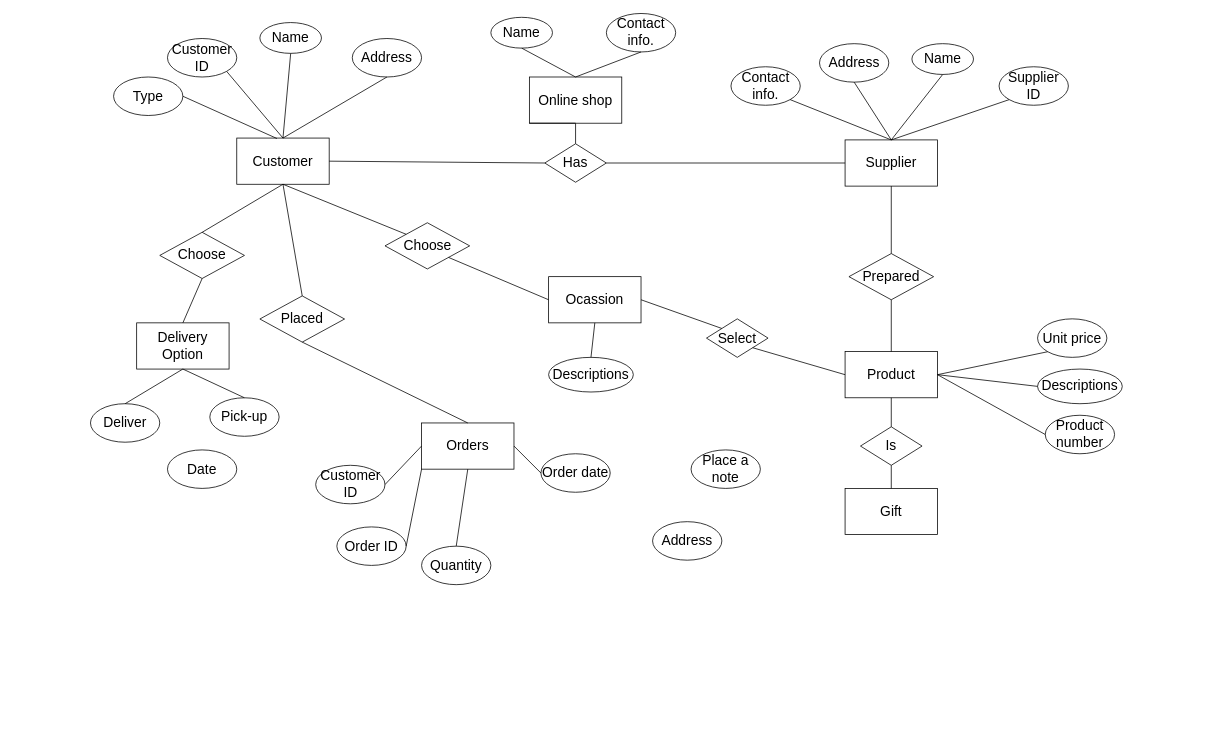
Before: Untitled Diagram.drawio in PeiJunHuang1/Practice, a draw.io diagram. Source tidied: cells renumbered, new cells numbered last; positions are measured from the earlier drawing's top-left corner, leaving out a move shared by most shapes. Both pictures are drawn from the tidied source at 77%, with x=0, y=0 at pixel (90, 13).
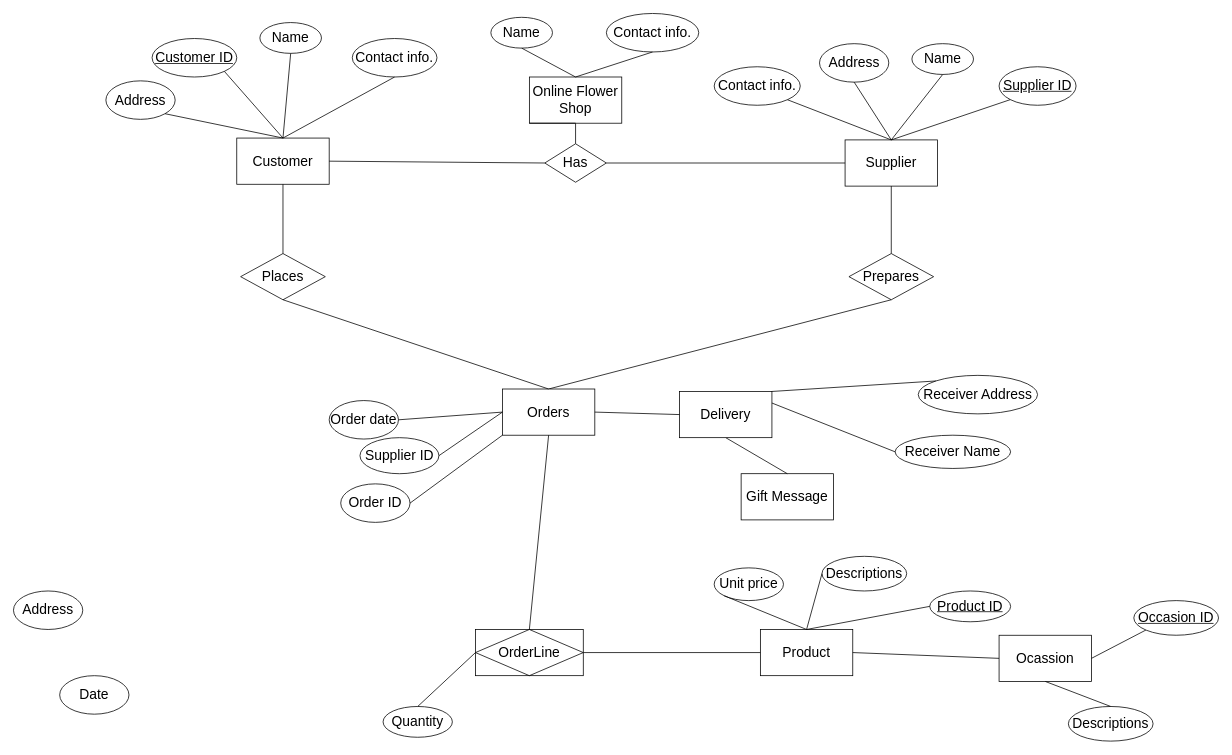
After the change.

The change refers to these unchanged cells:
```xml
<mxCell id="2" value="&lt;span style=&quot;font-size: 18px&quot;&gt;Customer&lt;/span&gt;" style="rounded=0;whiteSpace=wrap;html=1;" parent="1" vertex="1">
  <mxGeometry x="190" y="161.8" width="120" height="60" as="geometry" />
</mxCell>
```

The edit, as a diff of the source:
```diff
@@
-    <mxCell id="3" value="&lt;span style=&quot;font-size: 18px&quot;&gt;Supplier ID&lt;/span&gt;" style="ellipse;whiteSpace=wrap;html=1;" parent="1" vertex="1">
-      <mxGeometry x="1180" y="69.2" width="90" height="50" as="geometry" />
+    <mxCell id="3" value="&lt;span style=&quot;font-size: 18px&quot;&gt;&lt;u&gt;Supplier ID&lt;/u&gt;&lt;/span&gt;" style="ellipse;whiteSpace=wrap;html=1;" parent="1" vertex="1">
+      <mxGeometry x="1180" y="69.2" width="100" height="50" as="geometry" />
     </mxCell>
     <mxCell id="4" value="&lt;font style=&quot;font-size: 18px&quot;&gt;Address&lt;/font&gt;" style="ellipse;whiteSpace=wrap;html=1;" parent="1" vertex="1">
-      <mxGeometry x="730" y="660" width="90" height="50" as="geometry" />
+      <mxGeometry x="-100" y="750" width="90" height="50" as="geometry" />
     </mxCell>
-    <mxCell id="5" value="&lt;font style=&quot;font-size: 18px&quot;&gt;Place a note&lt;br&gt;&lt;/font&gt;" style="ellipse;whiteSpace=wrap;html=1;" parent="1" vertex="1">
-      <mxGeometry x="780" y="566.8" width="90" height="50" as="geometry" />
-    </mxCell>
-    <mxCell id="6" value="&lt;font style=&quot;font-size: 18px&quot;&gt;Pick-up&lt;/font&gt;" style="ellipse;whiteSpace=wrap;html=1;" parent="1" vertex="1">
-      <mxGeometry x="155" y="499.1" width="90" height="50" as="geometry" />
+    <mxCell id="6" value="&lt;span style=&quot;font-size: 18px&quot;&gt;Receiver Address&lt;/span&gt;" style="ellipse;whiteSpace=wrap;html=1;" parent="1" vertex="1">
+      <mxGeometry x="1075" y="470" width="155" height="50" as="geometry" />
     </mxCell>
     <mxCell id="7" value="&lt;font style=&quot;font-size: 18px&quot;&gt;Date&lt;br&gt;&lt;/font&gt;" style="ellipse;whiteSpace=wrap;html=1;" parent="1" vertex="1">
-      <mxGeometry x="100" y="566.8" width="90" height="50" as="geometry" />
+      <mxGeometry x="-40" y="860" width="90" height="50" as="geometry" />
     </mxCell>
-    <mxCell id="8" value="&lt;font style=&quot;font-size: 18px&quot;&gt;Deliver&lt;/font&gt;" style="ellipse;whiteSpace=wrap;html=1;" parent="1" vertex="1">
-      <mxGeometry y="506.8" width="90" height="50" as="geometry" />
+    <mxCell id="8" value="&lt;font style=&quot;font-size: 18px&quot;&gt;Receiver Name&lt;/font&gt;" style="ellipse;whiteSpace=wrap;html=1;" parent="1" vertex="1">
+      <mxGeometry x="1045" y="547.7" width="150" height="43.2" as="geometry" />
     </mxCell>
     <mxCell id="9" value="&lt;font style=&quot;font-size: 18px&quot;&gt;Descriptions&lt;/font&gt;" style="ellipse;whiteSpace=wrap;html=1;" parent="1" vertex="1">
-      <mxGeometry x="1230" y="461.8" width="110" height="45" as="geometry" />
+      <mxGeometry x="950" y="705" width="110" height="45" as="geometry" />
     </mxCell>
     <mxCell id="10" value="&lt;span style=&quot;font-size: 18px&quot;&gt;Unit price&lt;br&gt;&lt;/span&gt;" style="ellipse;whiteSpace=wrap;html=1;" parent="1" vertex="1">
-      <mxGeometry x="1230" y="396.6" width="90" height="50" as="geometry" />
+      <mxGeometry x="810" y="720" width="90" height="42.5" as="geometry" />
     </mxCell>
-    <mxCell id="11" value="&lt;font style=&quot;font-size: 18px&quot;&gt;Type&lt;/font&gt;" style="ellipse;whiteSpace=wrap;html=1;" parent="1" vertex="1">
-      <mxGeometry x="30" y="82.5" width="90" height="50" as="geometry" />
-    </mxCell>
     <mxCell id="12" value="&lt;font style=&quot;font-size: 18px&quot;&gt;Order ID&lt;br&gt;&lt;/font&gt;" style="ellipse;whiteSpace=wrap;html=1;" parent="1" vertex="1">
-      <mxGeometry x="320" y="666.8" width="90" height="50" as="geometry" />
+      <mxGeometry x="325" y="610.9" width="90" height="50" as="geometry" />
     </mxCell>
     <mxCell id="13" value="&lt;font style=&quot;font-size: 18px&quot;&gt;Order date&lt;br&gt;&lt;/font&gt;" style="ellipse;whiteSpace=wrap;html=1;" parent="1" vertex="1">
-      <mxGeometry x="585" y="571.8" width="90" height="50" as="geometry" />
+      <mxGeometry x="310" y="502.7" width="90" height="50" as="geometry" />
     </mxCell>
     <mxCell id="14" value="&lt;span style=&quot;font-size: 18px&quot;&gt;Quantity&lt;br&gt;&lt;/span&gt;" style="ellipse;whiteSpace=wrap;html=1;" parent="1" vertex="1">
-      <mxGeometry x="430" y="691.8" width="90" height="50" as="geometry" />
+      <mxGeometry x="380" y="900" width="90" height="40" as="geometry" />
     </mxCell>
@@
-    <mxCell id="16" value="&lt;font style=&quot;font-size: 18px&quot;&gt;Customer ID&lt;/font&gt;" style="ellipse;whiteSpace=wrap;html=1;" parent="1" vertex="1">
-      <mxGeometry x="100" y="32.5" width="90" height="50" as="geometry" />
+    <mxCell id="16" value="&lt;font style=&quot;font-size: 18px&quot;&gt;&lt;u&gt;Customer ID&lt;/u&gt;&lt;/font&gt;" style="ellipse;whiteSpace=wrap;html=1;" parent="1" vertex="1">
+      <mxGeometry x="80" y="32.5" width="110" height="50" as="geometry" />
     </mxCell>
-    <mxCell id="17" value="&lt;font style=&quot;font-size: 18px&quot;&gt;Product number&lt;/font&gt;" style="ellipse;whiteSpace=wrap;html=1;" parent="1" vertex="1">
-      <mxGeometry x="1240" y="521.8" width="90" height="50" as="geometry" />
+    <mxCell id="17" value="&lt;font style=&quot;font-size: 18px&quot;&gt;&lt;u&gt;Product ID&lt;/u&gt;&lt;/font&gt;" style="ellipse;whiteSpace=wrap;html=1;" parent="1" vertex="1">
+      <mxGeometry x="1090" y="750" width="105" height="40" as="geometry" />
     </mxCell>
@@
-    <mxCell id="19" value="&lt;font style=&quot;font-size: 18px&quot;&gt;Address&lt;/font&gt;" style="ellipse;whiteSpace=wrap;html=1;" parent="1" vertex="1">
-      <mxGeometry x="340" y="32.5" width="90" height="50" as="geometry" />
+    <mxCell id="19" value="&lt;span style=&quot;font-size: 18px&quot;&gt;Contact info.&lt;/span&gt;" style="ellipse;whiteSpace=wrap;html=1;" parent="1" vertex="1">
+      <mxGeometry x="340" y="32.5" width="110" height="50" as="geometry" />
     </mxCell>
@@
-    <mxCell id="26" value="&lt;span style=&quot;font-size: 18px&quot;&gt;Online shop&lt;br&gt;&lt;/span&gt;" style="rounded=0;whiteSpace=wrap;html=1;" parent="1" vertex="1">
+    <mxCell id="26" value="&lt;span style=&quot;font-size: 18px&quot;&gt;Online Flower Shop&lt;br&gt;&lt;/span&gt;" style="rounded=0;whiteSpace=wrap;html=1;" parent="1" vertex="1">
       <mxGeometry x="570" y="82.5" width="120" height="60" as="geometry" />
     </mxCell>
@@
     <mxCell id="29" value="&lt;font style=&quot;font-size: 18px&quot;&gt;Contact info.&lt;/font&gt;" style="ellipse;whiteSpace=wrap;html=1;" parent="1" vertex="1">
-      <mxGeometry x="670" width="90" height="50" as="geometry" />
+      <mxGeometry x="670" width="120" height="50" as="geometry" />
     </mxCell>
@@
     <mxCell id="34" value="&lt;font style=&quot;font-size: 18px&quot;&gt;Contact info.&lt;/font&gt;" style="ellipse;whiteSpace=wrap;html=1;" parent="1" vertex="1">
-      <mxGeometry x="831.8" y="69.2" width="90" height="50" as="geometry" />
+      <mxGeometry x="810" y="69.2" width="111.8" height="50" as="geometry" />
     </mxCell>
@@
-    <mxCell id="40" value="&lt;font style=&quot;font-size: 18px&quot;&gt;Prepared&lt;/font&gt;" style="rhombus;whiteSpace=wrap;html=1;" parent="1" vertex="1">
+    <mxCell id="40" value="&lt;font style=&quot;font-size: 18px&quot;&gt;Prepares&lt;/font&gt;" style="rhombus;whiteSpace=wrap;html=1;" parent="1" vertex="1">
       <mxGeometry x="985" y="311.8" width="110" height="60" as="geometry" />
     </mxCell>
@@
     <mxCell id="42" value="&lt;span style=&quot;font-size: 18px&quot;&gt;Ocassion&lt;br&gt;&lt;/span&gt;" style="rounded=0;whiteSpace=wrap;html=1;" parent="1" vertex="1">
-      <mxGeometry x="595" y="341.8" width="120" height="60" as="geometry" />
+      <mxGeometry x="1180" y="807.5" width="120" height="60" as="geometry" />
     </mxCell>
-    <mxCell id="43" value="&lt;span style=&quot;font-size: 18px&quot;&gt;Select&lt;/span&gt;" style="rhombus;whiteSpace=wrap;html=1;" parent="1" vertex="1">
-      <mxGeometry x="800" y="396.6" width="80" height="50" as="geometry" />
-    </mxCell>
-    <mxCell id="44" value="&lt;font style=&quot;font-size: 18px&quot;&gt;Is&lt;/font&gt;" style="rhombus;whiteSpace=wrap;html=1;" parent="1" vertex="1">
-      <mxGeometry x="1000" y="536.8" width="80" height="50" as="geometry" />
-    </mxCell>
     <mxCell id="45" value="&lt;span style=&quot;font-size: 18px&quot;&gt;Product&lt;br&gt;&lt;/span&gt;" style="rounded=0;whiteSpace=wrap;html=1;" parent="1" vertex="1">
-      <mxGeometry x="980" y="439.1" width="120" height="60" as="geometry" />
+      <mxGeometry x="870" y="800" width="120" height="60" as="geometry" />
     </mxCell>
-    <mxCell id="46" style="endArrow=none;html=1;exitX=1;exitY=0.5;exitDx=0;exitDy=0;entryX=0;entryY=0;entryDx=0;entryDy=0;" parent="1" edge="1" source="42" target="43">
+    <mxCell id="46" style="endArrow=none;html=1;exitX=1;exitY=0.5;exitDx=0;exitDy=0;entryX=0;entryY=1;entryDx=0;entryDy=0;" parent="1" edge="1" source="42" target="77">
       <mxGeometry relative="1" as="geometry" />
     </mxCell>
-    <mxCell id="47" style="endArrow=none;html=1;exitX=1;exitY=1;exitDx=0;exitDy=0;entryX=0;entryY=0.5;entryDx=0;entryDy=0;" parent="1" edge="1" source="43" target="45">
+    <mxCell id="47" style="endArrow=none;html=1;exitX=1;exitY=0.5;exitDx=0;exitDy=0;entryX=0;entryY=0.5;entryDx=0;entryDy=0;" parent="1" edge="1" source="76" target="45">
       <mxGeometry relative="1" as="geometry" />
     </mxCell>
-    <mxCell id="48" value="&lt;span style=&quot;font-size: 18px&quot;&gt;Choose&lt;/span&gt;" style="rhombus;whiteSpace=wrap;html=1;" parent="1" vertex="1">
-      <mxGeometry x="382.5" y="271.8" width="110" height="60" as="geometry" />
-    </mxCell>
-    <mxCell id="49" style="endArrow=none;html=1;exitX=0.5;exitY=1;exitDx=0;exitDy=0;entryX=0;entryY=0;entryDx=0;entryDy=0;" parent="1" edge="1" source="2" target="48">
-      <mxGeometry relative="1" as="geometry" />
-    </mxCell>
-    <mxCell id="50" style="endArrow=none;html=1;exitX=1;exitY=1;exitDx=0;exitDy=0;entryX=0;entryY=0.5;entryDx=0;entryDy=0;" parent="1" edge="1" source="48" target="42">
+    <mxCell id="50" style="endArrow=none;html=1;exitX=1;exitY=0.5;exitDx=0;exitDy=0;entryX=0;entryY=0.5;entryDx=0;entryDy=0;" parent="1" edge="1" source="45" target="42">
       <mxGeometry relative="1" as="geometry" />
     </mxCell>
-    <mxCell id="51" style="endArrow=none;html=1;exitX=1;exitY=0.5;exitDx=0;exitDy=0;entryX=0;entryY=1;entryDx=0;entryDy=0;" parent="1" edge="1" source="45" target="10">
+    <mxCell id="51" style="endArrow=none;html=1;exitX=0.5;exitY=0;exitDx=0;exitDy=0;entryX=0;entryY=1;entryDx=0;entryDy=0;" parent="1" edge="1" source="45" target="10">
       <mxGeometry relative="1" as="geometry" />
     </mxCell>
-    <mxCell id="52" style="endArrow=none;html=1;exitX=1;exitY=0.5;exitDx=0;exitDy=0;entryX=0;entryY=0.5;entryDx=0;entryDy=0;" parent="1" edge="1" source="45" target="9">
+    <mxCell id="52" style="endArrow=none;html=1;exitX=0.5;exitY=0;exitDx=0;exitDy=0;entryX=0;entryY=0.5;entryDx=0;entryDy=0;" parent="1" edge="1" source="45" target="9">
       <mxGeometry relative="1" as="geometry" />
     </mxCell>
-    <mxCell id="53" style="endArrow=none;html=1;exitX=0.5;exitY=0;exitDx=0;exitDy=0;entryX=0.5;entryY=1;entryDx=0;entryDy=0;" parent="1" edge="1" source="45" target="40">
+    <mxCell id="53" style="endArrow=none;html=1;exitX=0.5;exitY=0;exitDx=0;exitDy=0;entryX=0.5;entryY=1;entryDx=0;entryDy=0;" parent="1" edge="1" source="56" target="40">
       <mxGeometry relative="1" as="geometry" />
     </mxCell>
-    <mxCell id="54" value="&lt;font style=&quot;font-size: 18px&quot;&gt;Placed&lt;/font&gt;" style="rhombus;whiteSpace=wrap;html=1;" parent="1" vertex="1">
-      <mxGeometry x="220" y="366.8" width="110" height="60" as="geometry" />
+    <mxCell id="54" value="&lt;font style=&quot;font-size: 18px&quot;&gt;Places&lt;/font&gt;" style="rhombus;whiteSpace=wrap;html=1;" parent="1" vertex="1">
+      <mxGeometry x="195" y="311.8" width="110" height="60" as="geometry" />
     </mxCell>
@@
     <mxCell id="56" value="&lt;span style=&quot;font-size: 18px&quot;&gt;Orders&lt;br&gt;&lt;/span&gt;" style="rounded=0;whiteSpace=wrap;html=1;" parent="1" vertex="1">
-      <mxGeometry x="430" y="531.8" width="120" height="60" as="geometry" />
+      <mxGeometry x="535" y="487.7" width="120" height="60" as="geometry" />
     </mxCell>
@@
-    <mxCell id="58" value="&lt;font style=&quot;font-size: 18px&quot;&gt;Customer ID&lt;/font&gt;" style="ellipse;whiteSpace=wrap;html=1;" parent="1" vertex="1">
-      <mxGeometry x="292.5" y="586.8" width="90" height="50" as="geometry" />
+    <mxCell id="58" value="&lt;font style=&quot;font-size: 18px&quot;&gt;Supplier ID&lt;/font&gt;" style="ellipse;whiteSpace=wrap;html=1;" parent="1" vertex="1">
+      <mxGeometry x="350" y="550.9" width="102.5" height="46.8" as="geometry" />
     </mxCell>
@@
-    <mxCell id="61" style="endArrow=none;html=1;exitX=1;exitY=0.5;exitDx=0;exitDy=0;entryX=0;entryY=0.5;entryDx=0;entryDy=0;" parent="1" edge="1" source="56" target="13">
+    <mxCell id="61" style="endArrow=none;html=1;entryX=1;entryY=0.5;entryDx=0;entryDy=0;exitX=0;exitY=0.5;exitDx=0;exitDy=0;" parent="1" edge="1" source="56" target="13">
       <mxGeometry relative="1" as="geometry" />
     </mxCell>
-    <mxCell id="62" value="&lt;span style=&quot;font-size: 18px&quot;&gt;Gift&lt;br&gt;&lt;/span&gt;" style="rounded=0;whiteSpace=wrap;html=1;" parent="1" vertex="1">
-      <mxGeometry x="980" y="616.8" width="120" height="60" as="geometry" />
+    <mxCell id="62" value="&lt;span style=&quot;font-size: 18px&quot;&gt;Gift Message&lt;br&gt;&lt;/span&gt;" style="rounded=0;whiteSpace=wrap;html=1;" parent="1" vertex="1">
+      <mxGeometry x="845" y="597.7" width="120" height="60" as="geometry" />
     </mxCell>
-    <mxCell id="63" style="endArrow=none;html=1;exitX=0.5;exitY=0;exitDx=0;exitDy=0;entryX=0.5;entryY=1;entryDx=0;entryDy=0;" parent="1" edge="1" source="44" target="45">
-      <mxGeometry relative="1" as="geometry" />
-    </mxCell>
-    <mxCell id="64" style="endArrow=none;html=1;exitX=0.5;exitY=1;exitDx=0;exitDy=0;entryX=0.5;entryY=0;entryDx=0;entryDy=0;" parent="1" edge="1" source="44" target="62">
+    <mxCell id="64" style="endArrow=none;html=1;entryX=0.5;entryY=0;entryDx=0;entryDy=0;exitX=0.5;exitY=1;exitDx=0;exitDy=0;" parent="1" edge="1" source="70" target="62">
       <mxGeometry relative="1" as="geometry" />
     </mxCell>
     <mxCell id="65" value="&lt;font style=&quot;font-size: 18px&quot;&gt;Descriptions&lt;/font&gt;" style="ellipse;whiteSpace=wrap;html=1;" parent="1" vertex="1">
-      <mxGeometry x="595" y="446.6" width="110" height="45" as="geometry" />
+      <mxGeometry x="1270" y="900" width="110" height="45" as="geometry" />
     </mxCell>
@@
-    <mxCell id="67" style="endArrow=none;html=1;exitX=0.5;exitY=0;exitDx=0;exitDy=0;entryX=0.5;entryY=1;entryDx=0;entryDy=0;" parent="1" edge="1" source="14" target="56">
+    <mxCell id="67" style="endArrow=none;html=1;exitX=0.5;exitY=0;exitDx=0;exitDy=0;entryX=0;entryY=0.5;entryDx=0;entryDy=0;" parent="1" edge="1" source="14" target="76">
       <mxGeometry relative="1" as="geometry" />
     </mxCell>
-    <mxCell id="68" value="&lt;span style=&quot;font-size: 18px&quot;&gt;Choose&lt;/span&gt;" style="rhombus;whiteSpace=wrap;html=1;" parent="1" vertex="1">
-      <mxGeometry x="90" y="284.2" width="110" height="60" as="geometry" />
-    </mxCell>
-    <mxCell id="69" style="endArrow=none;html=1;exitX=0.5;exitY=1;exitDx=0;exitDy=0;entryX=0.5;entryY=0;entryDx=0;entryDy=0;" parent="1" edge="1" source="2" target="68">
-      <mxGeometry relative="1" as="geometry" />
-    </mxCell>
-    <mxCell id="70" value="&lt;span style=&quot;font-size: 18px&quot;&gt;Delivery Option&lt;br&gt;&lt;/span&gt;" style="rounded=0;whiteSpace=wrap;html=1;" parent="1" vertex="1">
-      <mxGeometry x="60" y="401.8" width="120" height="60" as="geometry" />
+    <mxCell id="70" value="&lt;span style=&quot;font-size: 18px&quot;&gt;Delivery&lt;br&gt;&lt;/span&gt;" style="rounded=0;whiteSpace=wrap;html=1;" parent="1" vertex="1">
+      <mxGeometry x="765" y="490.9" width="120" height="60" as="geometry" />
     </mxCell>
-    <mxCell id="71" style="endArrow=none;html=1;exitX=0.5;exitY=1;exitDx=0;exitDy=0;entryX=0.5;entryY=0;entryDx=0;entryDy=0;" parent="1" edge="1" source="68" target="70">
+    <mxCell id="71" style="endArrow=none;html=1;exitX=1;exitY=0.5;exitDx=0;exitDy=0;entryX=0;entryY=0.5;entryDx=0;entryDy=0;" parent="1" edge="1" source="56" target="70">
       <mxGeometry relative="1" as="geometry" />
     </mxCell>
-    <mxCell id="72" style="endArrow=none;html=1;exitX=0.5;exitY=1;exitDx=0;exitDy=0;entryX=0.5;entryY=0;entryDx=0;entryDy=0;" parent="1" edge="1" source="70" target="8">
+    <mxCell id="72" style="endArrow=none;html=1;exitX=1;exitY=0;exitDx=0;exitDy=0;entryX=0;entryY=0;entryDx=0;entryDy=0;" parent="1" edge="1" source="70" target="6">
       <mxGeometry relative="1" as="geometry" />
     </mxCell>
-    <mxCell id="73" style="endArrow=none;html=1;exitX=0.5;exitY=0;exitDx=0;exitDy=0;entryX=0.5;entryY=1;entryDx=0;entryDy=0;" parent="1" edge="1" source="6" target="70">
+    <mxCell id="73" style="endArrow=none;html=1;exitX=0;exitY=0.5;exitDx=0;exitDy=0;entryX=1;entryY=0.25;entryDx=0;entryDy=0;" parent="1" edge="1" source="8" target="70">
       <mxGeometry relative="1" as="geometry" />
     </mxCell>
-    <mxCell id="74" style="endArrow=none;html=1;exitX=1;exitY=0.5;exitDx=0;exitDy=0;entryX=0;entryY=0.5;entryDx=0;entryDy=0;" parent="1" edge="1" source="45" target="17">
+    <mxCell id="74" style="endArrow=none;html=1;exitX=0.5;exitY=0;exitDx=0;exitDy=0;entryX=0;entryY=0.5;entryDx=0;entryDy=0;" parent="1" edge="1" source="45" target="17">
       <mxGeometry relative="1" as="geometry" />
     </mxCell>
-    <mxCell id="75" style="endArrow=none;html=1;exitX=1;exitY=0.5;exitDx=0;exitDy=0;entryX=0.435;entryY=0.01;entryDx=0;entryDy=0;entryPerimeter=0;" parent="1" edge="1" source="11" target="2">
-      <mxGeometry relative="1" as="geometry" />
-    </mxCell>
+    <mxCell id="76" value="&lt;font style=&quot;font-size: 18px&quot;&gt;OrderLine&lt;/font&gt;" style="shape=associativeEntity;whiteSpace=wrap;html=1;align=center;" parent="1" vertex="1">
+      <mxGeometry x="500" y="800" width="140" height="60" as="geometry" />
+    </mxCell>
+    <mxCell id="77" value="&lt;font style=&quot;font-size: 18px&quot;&gt;&lt;u&gt;Occasion ID&lt;/u&gt;&lt;/font&gt;" style="ellipse;whiteSpace=wrap;html=1;" parent="1" vertex="1">
+      <mxGeometry x="1355" y="762.5" width="110" height="45" as="geometry" />
+    </mxCell>
+    <mxCell id="78" style="endArrow=none;html=1;exitX=0.5;exitY=0;exitDx=0;exitDy=0;entryX=0.5;entryY=1;entryDx=0;entryDy=0;" parent="1" edge="1" source="76" target="56">
+      <mxGeometry relative="1" as="geometry" />
+    </mxCell>
+    <mxCell id="79" value="&lt;font style=&quot;font-size: 18px&quot;&gt;Address&lt;/font&gt;" style="ellipse;whiteSpace=wrap;html=1;" parent="1" vertex="1">
+      <mxGeometry x="20" y="87.5" width="90" height="50" as="geometry" />
+    </mxCell>
+    <mxCell id="80" style="endArrow=none;html=1;exitX=1;exitY=1;exitDx=0;exitDy=0;entryX=0.5;entryY=0;entryDx=0;entryDy=0;" parent="1" edge="1" source="79" target="2">
+      <mxGeometry relative="1" as="geometry" />
+    </mxCell>
```
